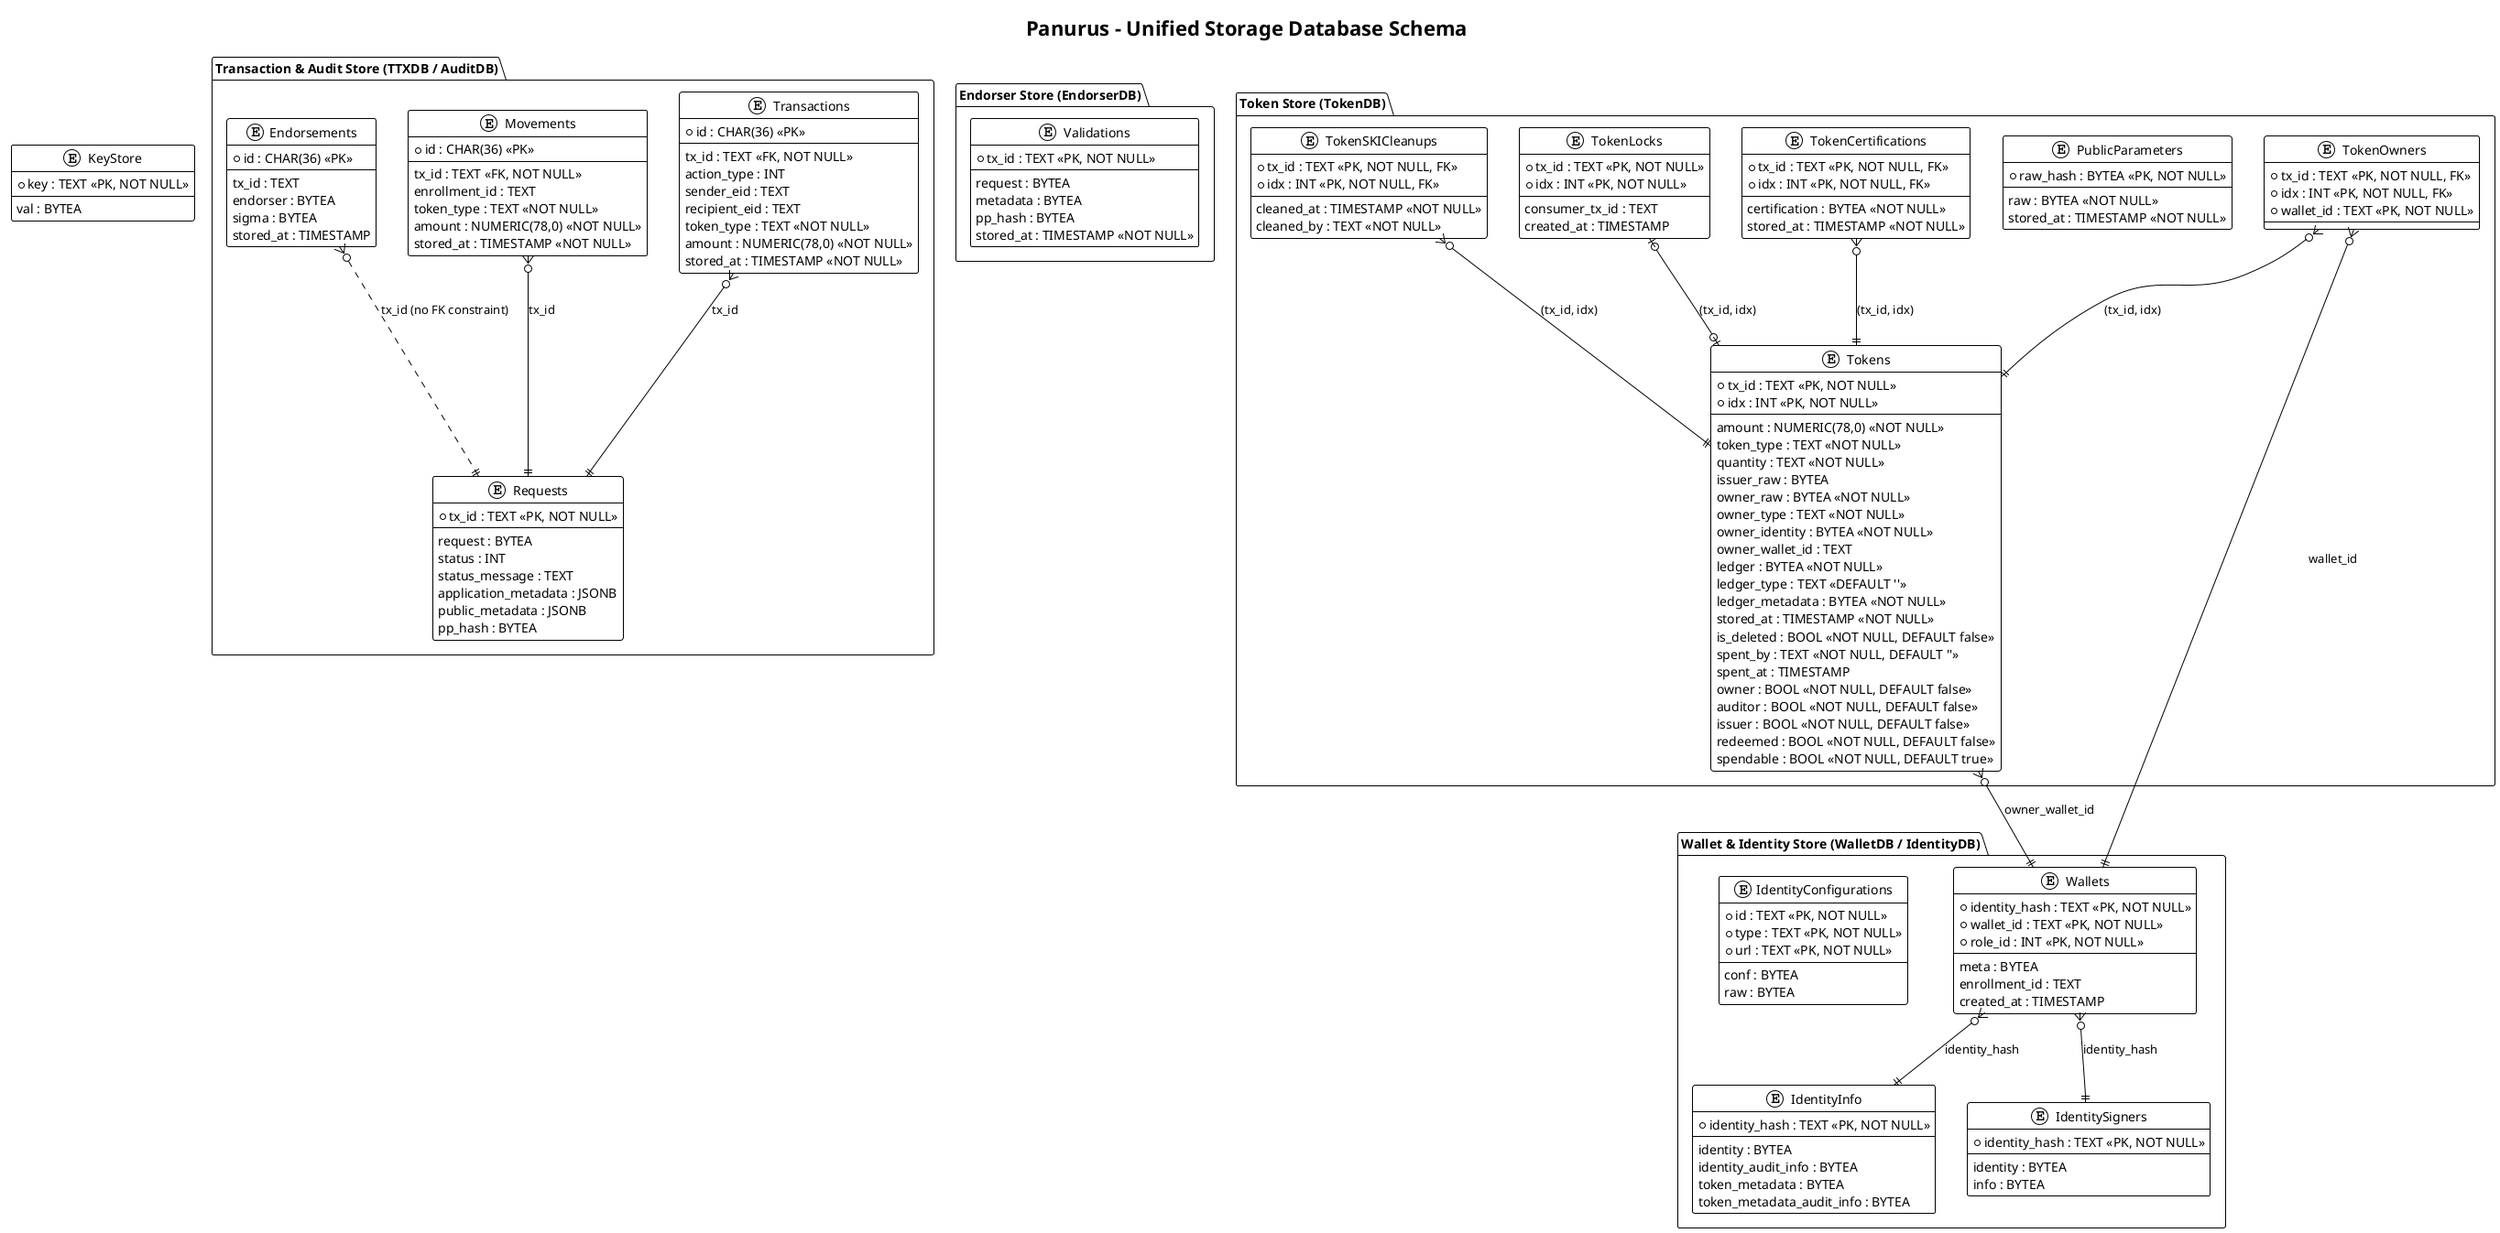
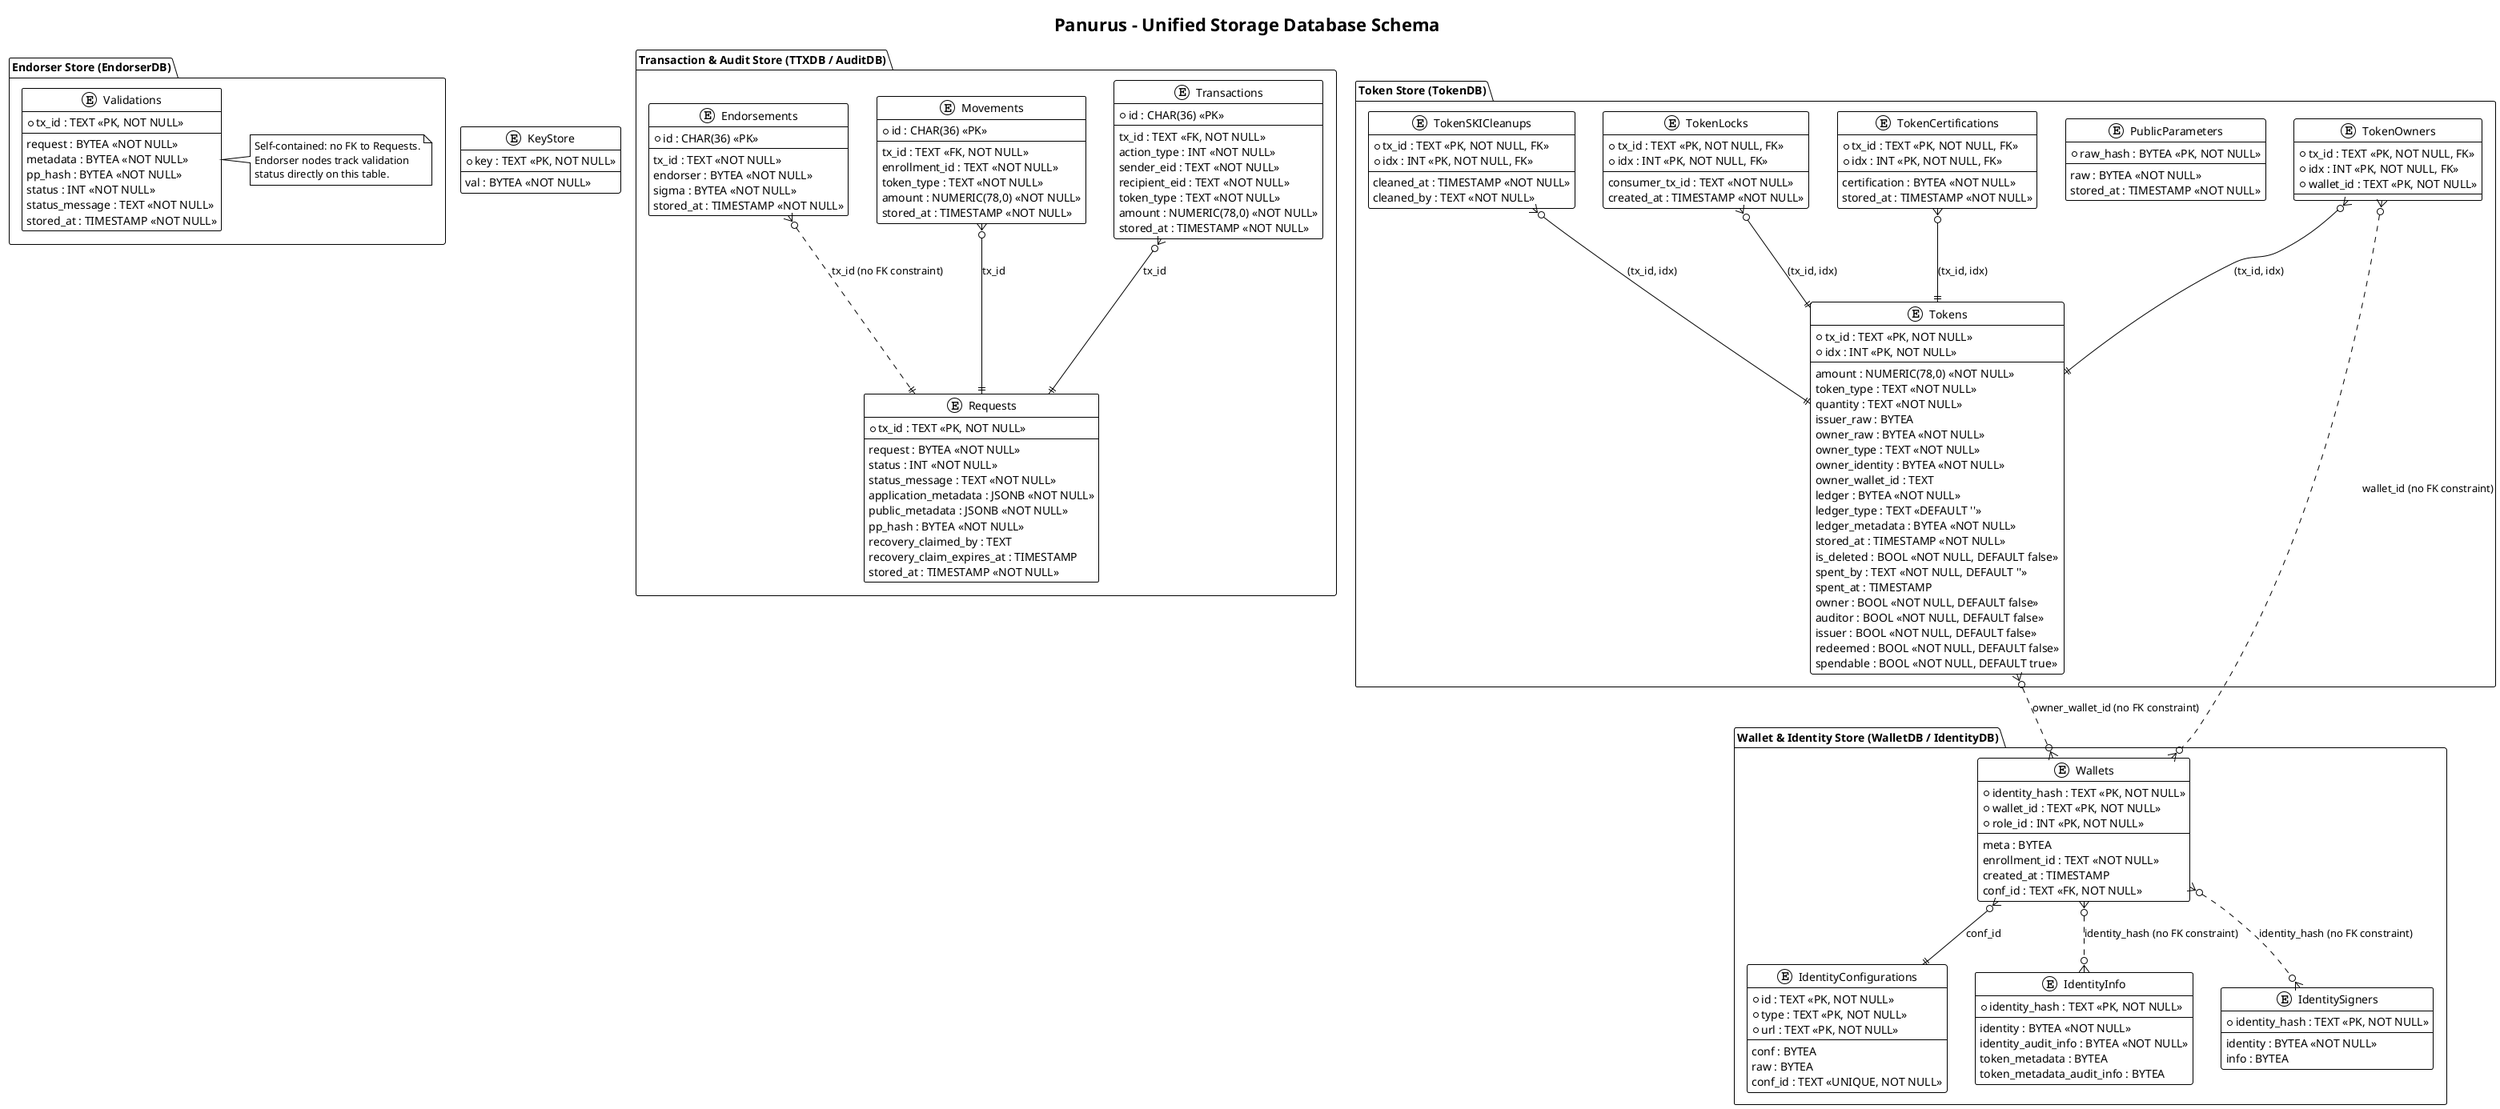
@startuml
!theme plain
skinparam componentStyle rectangle

title Panurus - Unified Storage Database Schema

package "Transaction & Audit Store (TTXDB / AuditDB)" {
    entity "Requests" as requests {
        * tx_id : TEXT <<PK, NOT NULL>>
        --
-         request : BYTEA
-         status : INT
-         status_message : TEXT
-         application_metadata : JSONB
-         public_metadata : JSONB
-         pp_hash : BYTEA
+         request : BYTEA <<NOT NULL>>
+         status : INT <<NOT NULL>>
+         status_message : TEXT <<NOT NULL>>
+         application_metadata : JSONB <<NOT NULL>>
+         public_metadata : JSONB <<NOT NULL>>
+         pp_hash : BYTEA <<NOT NULL>>
+         recovery_claimed_by : TEXT
+         recovery_claim_expires_at : TIMESTAMP
+         stored_at : TIMESTAMP <<NOT NULL>>
    }

    entity "Transactions" as txs {
        * id : CHAR(36) <<PK>>
        --
        tx_id : TEXT <<FK, NOT NULL>>
-         action_type : INT
-         sender_eid : TEXT
-         recipient_eid : TEXT
+         action_type : INT <<NOT NULL>>
+         sender_eid : TEXT <<NOT NULL>>
+         recipient_eid : TEXT <<NOT NULL>>
        token_type : TEXT <<NOT NULL>>
        amount : NUMERIC(78,0) <<NOT NULL>>
        stored_at : TIMESTAMP <<NOT NULL>>
    }

    entity "Movements" as movements {
        * id : CHAR(36) <<PK>>
        --
        tx_id : TEXT <<FK, NOT NULL>>
-         enrollment_id : TEXT
+         enrollment_id : TEXT <<NOT NULL>>
        token_type : TEXT <<NOT NULL>>
        amount : NUMERIC(78,0) <<NOT NULL>>
        stored_at : TIMESTAMP <<NOT NULL>>
    }

    entity "Endorsements" as tx_ends {
        * id : CHAR(36) <<PK>>
        --
-         tx_id : TEXT
-         endorser : BYTEA
-         sigma : BYTEA
-         stored_at : TIMESTAMP
+         tx_id : TEXT <<NOT NULL>>
+         endorser : BYTEA <<NOT NULL>>
+         sigma : BYTEA <<NOT NULL>>
+         stored_at : TIMESTAMP <<NOT NULL>>
    }

    txs }o--|| requests : "tx_id"
    movements }o--|| requests : "tx_id"
    tx_ends }o..|| requests : "tx_id (no FK constraint)"
}

package "Endorser Store (EndorserDB)" {
    entity "Validations" as req_vals {
        * tx_id : TEXT <<PK, NOT NULL>>
        --
-         request : BYTEA
-         metadata : BYTEA
-         pp_hash : BYTEA
-         stored_at : TIMESTAMP <<NOT NULL>>
-     }
+         request : BYTEA <<NOT NULL>>
+         metadata : BYTEA <<NOT NULL>>
+         pp_hash : BYTEA <<NOT NULL>>
+         status : INT <<NOT NULL>>
+         status_message : TEXT <<NOT NULL>>
+         stored_at : TIMESTAMP <<NOT NULL>>
+     }
+ 
+     note right of req_vals
+       Self-contained: no FK to Requests.
+       Endorser nodes track validation
+       status directly on this table.
+     end note
}

package "Token Store (TokenDB)" {
    entity "Tokens" as tokens {
        * tx_id : TEXT <<PK, NOT NULL>>
        * idx : INT <<PK, NOT NULL>>
        --
        amount : NUMERIC(78,0) <<NOT NULL>>
        token_type : TEXT <<NOT NULL>>
        quantity : TEXT <<NOT NULL>>
        issuer_raw : BYTEA
        owner_raw : BYTEA <<NOT NULL>>
        owner_type : TEXT <<NOT NULL>>
        owner_identity : BYTEA <<NOT NULL>>
        owner_wallet_id : TEXT
        ledger : BYTEA <<NOT NULL>>
        ledger_type : TEXT <<DEFAULT ''>>
        ledger_metadata : BYTEA <<NOT NULL>>
        stored_at : TIMESTAMP <<NOT NULL>>
        is_deleted : BOOL <<NOT NULL, DEFAULT false>>
        spent_by : TEXT <<NOT NULL, DEFAULT ''>>
        spent_at : TIMESTAMP
        owner : BOOL <<NOT NULL, DEFAULT false>>
        auditor : BOOL <<NOT NULL, DEFAULT false>>
        issuer : BOOL <<NOT NULL, DEFAULT false>>
        redeemed : BOOL <<NOT NULL, DEFAULT false>>
        spendable : BOOL <<NOT NULL, DEFAULT true>>
    }

    entity "TokenOwners" as tkn_own {
        * tx_id : TEXT <<PK, NOT NULL, FK>>
        * idx : INT <<PK, NOT NULL, FK>>
        * wallet_id : TEXT <<PK, NOT NULL>>
    }

    entity "PublicParameters" as public_params {
        * raw_hash : BYTEA <<PK, NOT NULL>>
        --
        raw : BYTEA <<NOT NULL>>
        stored_at : TIMESTAMP <<NOT NULL>>
    }

    entity "TokenCertifications" as tkn_crts {
        * tx_id : TEXT <<PK, NOT NULL, FK>>
        * idx : INT <<PK, NOT NULL, FK>>
        --
        certification : BYTEA <<NOT NULL>>
        stored_at : TIMESTAMP <<NOT NULL>>
    }

    entity "TokenLocks" as tkn_locks {
-         * tx_id : TEXT <<PK, NOT NULL>>
-         * idx : INT <<PK, NOT NULL>>
-         --
-         consumer_tx_id : TEXT
-         created_at : TIMESTAMP
+         * tx_id : TEXT <<PK, NOT NULL, FK>>
+         * idx : INT <<PK, NOT NULL, FK>>
+         --
+         consumer_tx_id : TEXT <<NOT NULL>>
+         created_at : TIMESTAMP <<NOT NULL>>
    }

    entity "TokenSKICleanups" as tkn_ski_cleanups {
        * tx_id : TEXT <<PK, NOT NULL, FK>>
        * idx : INT <<PK, NOT NULL, FK>>
        --
        cleaned_at : TIMESTAMP <<NOT NULL>>
        cleaned_by : TEXT <<NOT NULL>>
    }

    tkn_own }o--|| tokens : "(tx_id, idx)"
    tkn_crts }o--|| tokens : "(tx_id, idx)"
-     tkn_locks |o--o| tokens : "(tx_id, idx)"
+     tkn_locks }o--|| tokens : "(tx_id, idx)"
    tkn_ski_cleanups }o--|| tokens : "(tx_id, idx)"
}

package "Wallet & Identity Store (WalletDB / IdentityDB)" {
    entity "Wallets" as wallets {
        * identity_hash : TEXT <<PK, NOT NULL>>
        * wallet_id : TEXT <<PK, NOT NULL>>
        * role_id : INT <<PK, NOT NULL>>
        --
        meta : BYTEA
-         enrollment_id : TEXT
+         enrollment_id : TEXT <<NOT NULL>>
        created_at : TIMESTAMP
+         conf_id : TEXT <<FK, NOT NULL>>
    }

    entity "IdentityConfigurations" as id_cfgs {
        * id : TEXT <<PK, NOT NULL>>
        * type : TEXT <<PK, NOT NULL>>
        * url : TEXT <<PK, NOT NULL>>
        --
        conf : BYTEA
        raw : BYTEA
+         conf_id : TEXT <<UNIQUE, NOT NULL>>
    }

    entity "IdentityInfo" as id_info {
        * identity_hash : TEXT <<PK, NOT NULL>>
        --
-         identity : BYTEA
-         identity_audit_info : BYTEA
+         identity : BYTEA <<NOT NULL>>
+         identity_audit_info : BYTEA <<NOT NULL>>
        token_metadata : BYTEA
        token_metadata_audit_info : BYTEA
    }

    entity "IdentitySigners" as id_signers {
        * identity_hash : TEXT <<PK, NOT NULL>>
        --
-         identity : BYTEA
+         identity : BYTEA <<NOT NULL>>
        info : BYTEA
    }

-     wallets }o--|| id_info : "identity_hash"
-     wallets }o--|| id_signers : "identity_hash"
+     wallets }o..o{ id_info : "identity_hash (no FK constraint)"
+     wallets }o..o{ id_signers : "identity_hash (no FK constraint)"
+     wallets }o--|| id_cfgs : "conf_id"
}

entity "KeyStore" as key_store {
    * key : TEXT <<PK, NOT NULL>>
    --
-     val : BYTEA
+     val : BYTEA <<NOT NULL>>
}

' Relationships between packages
- tkn_own }o--|| wallets : "wallet_id"
- tokens }o--|| wallets : "owner_wallet_id"
- 
- @enduml+ tkn_own }o..o{ wallets : "wallet_id (no FK constraint)"
+ tokens }o..o{ wallets : "owner_wallet_id (no FK constraint)"
+ 
+ @enduml
